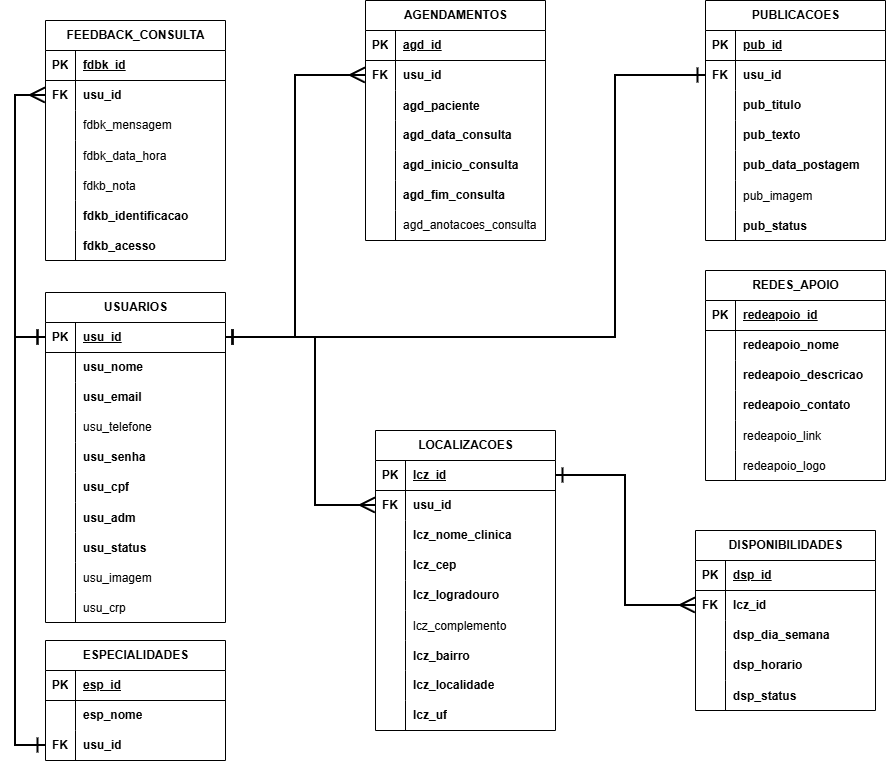
Above: src/database/createBanco/novobanco-atualizado.drawio.png in kawanneramos/api-tcc-refugiointerior (draw.io), before the change. Source tidied: cells renumbered, new cells last; positions are measured from the earlier drawing's top-left corner, leaving out a move shared by most shapes.
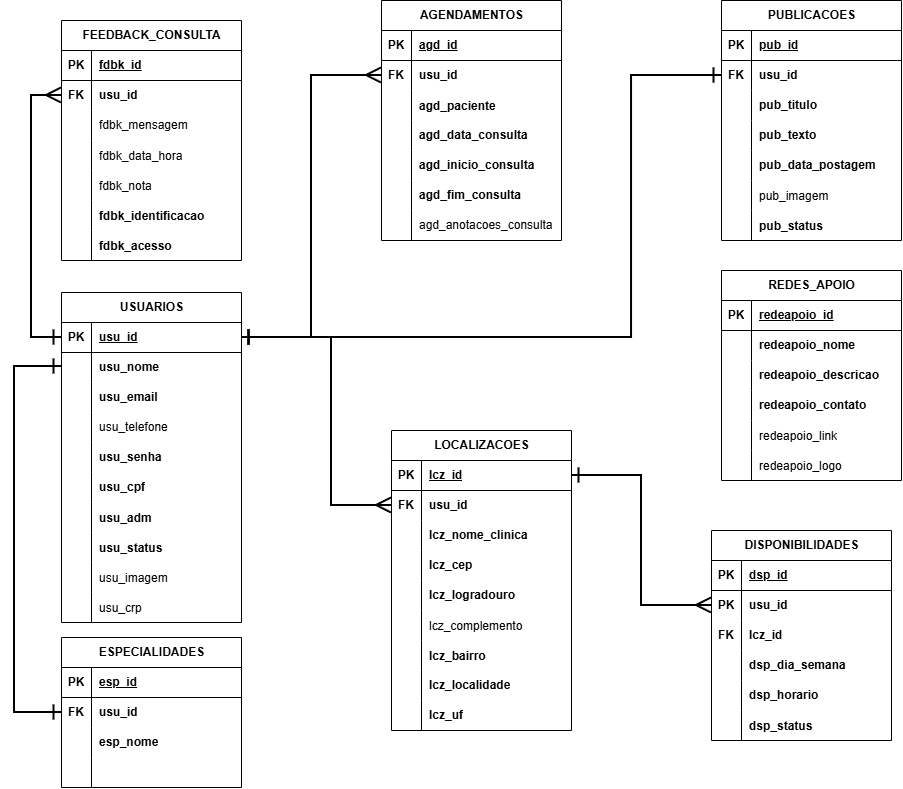
After the change.

Diff of the diagram source:
```diff
@@ -295,11 +295,12 @@
         </Array>
       </mxGeometry>
     </mxCell>
-    <mxCell id="98" style="endArrow=ERone;html=1;rounded=0;strokeWidth=2;endSize=12;startSize=12;startArrow=ERone;startFill=0;endFill=0;edgeStyle=orthogonalEdgeStyle;entryX=0;entryY=0.5;entryDx=0;entryDy=0;exitX=0;exitY=0.5;exitDx=0;exitDy=0;" parent="1" edge="1" source="175" target="3">
+    <mxCell id="98" style="endArrow=ERone;html=1;rounded=0;strokeWidth=2;endSize=12;startSize=12;startArrow=ERone;startFill=0;endFill=0;edgeStyle=orthogonalEdgeStyle;entryX=0;entryY=0.5;entryDx=0;entryDy=0;exitX=0;exitY=0.5;exitDx=0;exitDy=0;" parent="1" edge="1" source="172">
       <mxGeometry relative="1" as="geometry">
+        <mxPoint x="30" y="366" as="targetPoint" />
         <Array as="points">
-          <mxPoint y="745" />
-          <mxPoint y="337" />
+          <mxPoint x="-17" y="712" />
+          <mxPoint x="-17" y="366" />
         </Array>
       </mxGeometry>
     </mxCell>
@@ -440,7 +441,7 @@
     <mxCell id="142" style="shape=partialRectangle;fillColor=none;top=0;left=0;bottom=0;right=0;overflow=hidden;" parent="141" vertex="1">
       <mxGeometry width="30" height="30" as="geometry" />
     </mxCell>
-    <mxCell id="143" value="fdkb_nota" style="shape=partialRectangle;fillColor=none;top=0;left=0;bottom=0;right=0;align=left;spacingLeft=6;overflow=hidden;fontStyle=0;" parent="141" vertex="1">
+    <mxCell id="143" value="fdbk_nota" style="shape=partialRectangle;fillColor=none;top=0;left=0;bottom=0;right=0;align=left;spacingLeft=6;overflow=hidden;fontStyle=0;" parent="141" vertex="1">
       <mxGeometry x="30" width="150" height="30" as="geometry" />
     </mxCell>
     <mxCell id="144" style="shape=tableRow;horizontal=0;startSize=0;swimlaneHead=0;swimlaneBody=0;fillColor=none;top=0;left=0;right=0;bottom=0;" parent="128" vertex="1">
@@ -449,7 +450,7 @@
     <mxCell id="145" style="shape=partialRectangle;fillColor=none;top=0;left=0;bottom=0;right=0;overflow=hidden;" parent="144" vertex="1">
       <mxGeometry width="30" height="30" as="geometry" />
     </mxCell>
-    <mxCell id="146" value="fdkb_identificacao" style="shape=partialRectangle;fillColor=none;top=0;left=0;bottom=0;right=0;align=left;spacingLeft=6;overflow=hidden;fontStyle=1;" parent="144" vertex="1">
+    <mxCell id="146" value="fdbk_identificacao" style="shape=partialRectangle;fillColor=none;top=0;left=0;bottom=0;right=0;align=left;spacingLeft=6;overflow=hidden;fontStyle=1;" parent="144" vertex="1">
       <mxGeometry x="30" width="150" height="30" as="geometry" />
     </mxCell>
     <mxCell id="147" style="shape=tableRow;horizontal=0;startSize=0;swimlaneHead=0;swimlaneBody=0;fillColor=none;top=0;left=0;right=0;bottom=0;" parent="128" vertex="1">
@@ -458,7 +459,7 @@
     <mxCell id="148" style="shape=partialRectangle;fillColor=none;top=0;left=0;bottom=0;right=0;overflow=hidden;" parent="147" vertex="1">
       <mxGeometry width="30" height="30" as="geometry" />
     </mxCell>
-    <mxCell id="149" value="fdkb_acesso" style="shape=partialRectangle;fillColor=none;top=0;left=0;bottom=0;right=0;align=left;spacingLeft=6;overflow=hidden;fontStyle=1;" parent="147" vertex="1">
+    <mxCell id="149" value="fdbk_acesso" style="shape=partialRectangle;fillColor=none;top=0;left=0;bottom=0;right=0;align=left;spacingLeft=6;overflow=hidden;fontStyle=1;" parent="147" vertex="1">
       <mxGeometry x="30" width="150" height="30" as="geometry" />
     </mxCell>
     <mxCell id="150" style="endArrow=ERone;html=1;rounded=0;strokeWidth=2;endSize=12;startSize=12;startArrow=ERmany;startFill=0;endFill=0;edgeStyle=orthogonalEdgeStyle;entryX=0;entryY=0.5;entryDx=0;entryDy=0;exitX=0;exitY=0.5;exitDx=0;exitDy=0;" parent="1" edge="1" source="132" target="3">
@@ -470,7 +471,7 @@
       </mxGeometry>
     </mxCell>
     <mxCell id="151" value="DISPONIBILIDADES" style="shape=table;startSize=30;rowLines=0;fontStyle=1;align=center;html=1;" parent="1" vertex="1">
-      <mxGeometry x="680" y="530" width="180" height="180" as="geometry" />
+      <mxGeometry x="680" y="530" width="180" height="210" as="geometry" />
     </mxCell>
     <mxCell id="152" style="shape=tableRow;horizontal=0;startSize=0;swimlaneHead=0;swimlaneBody=0;fillColor=none;top=0;left=0;right=0;bottom=1;" parent="151" vertex="1">
       <mxGeometry y="30" width="180" height="30" as="geometry" />
@@ -484,14 +485,23 @@
     <mxCell id="155" style="shape=tableRow;horizontal=0;startSize=0;swimlaneHead=0;swimlaneBody=0;fillColor=none;points=[[0,0.5],[1,0.5]];portConstraint=eastwest;top=0;left=0;right=0;bottom=0;" parent="151" vertex="1">
       <mxGeometry y="60" width="180" height="30" as="geometry" />
     </mxCell>
-    <mxCell id="156" value="&lt;b&gt;FK&lt;/b&gt;" style="shape=partialRectangle;fillColor=none;top=0;left=0;bottom=0;right=0;overflow=hidden;whiteSpace=wrap;html=1;" parent="155" vertex="1">
+    <mxCell id="156" value="&lt;span style=&quot;font-weight: 700;&quot;&gt;PK&lt;/span&gt;" style="shape=partialRectangle;fillColor=none;top=0;left=0;bottom=0;right=0;overflow=hidden;whiteSpace=wrap;html=1;" parent="155" vertex="1">
       <mxGeometry width="30" height="30" as="geometry" />
     </mxCell>
-    <mxCell id="157" value="lcz_id" style="shape=partialRectangle;fillColor=none;top=0;left=0;bottom=0;right=0;align=left;spacingLeft=6;overflow=hidden;whiteSpace=wrap;html=1;fontStyle=1;" parent="155" vertex="1">
+    <mxCell id="157" value="usu_id" style="shape=partialRectangle;fillColor=none;top=0;left=0;bottom=0;right=0;align=left;spacingLeft=6;overflow=hidden;whiteSpace=wrap;html=1;fontStyle=1;" parent="155" vertex="1">
       <mxGeometry x="30" width="150" height="30" as="geometry" />
     </mxCell>
+    <mxCell id="178" style="shape=tableRow;horizontal=0;startSize=0;swimlaneHead=0;swimlaneBody=0;fillColor=none;top=0;left=0;right=0;bottom=0;" parent="151" vertex="1">
+      <mxGeometry y="90" width="180" height="30" as="geometry" />
+    </mxCell>
+    <mxCell id="179" value="&lt;b&gt;FK&lt;/b&gt;" style="shape=partialRectangle;fillColor=none;top=0;left=0;bottom=0;right=0;overflow=hidden;whiteSpace=wrap;html=1;" parent="178" vertex="1">
+      <mxGeometry width="30" height="30" as="geometry" />
+    </mxCell>
+    <mxCell id="180" value="lcz_id" style="shape=partialRectangle;fillColor=none;top=0;left=0;bottom=0;right=0;align=left;spacingLeft=6;overflow=hidden;whiteSpace=wrap;html=1;fontStyle=1;" parent="178" vertex="1">
+      <mxGeometry x="30" width="150" height="30" as="geometry" />
+    </mxCell>
     <mxCell id="158" style="shape=tableRow;horizontal=0;startSize=0;swimlaneHead=0;swimlaneBody=0;fillColor=none;top=0;left=0;right=0;bottom=0;" parent="151" vertex="1">
-      <mxGeometry y="90" width="180" height="30" as="geometry" />
+      <mxGeometry y="120" width="180" height="30" as="geometry" />
     </mxCell>
     <mxCell id="159" style="shape=partialRectangle;fillColor=none;top=0;left=0;bottom=0;right=0;overflow=hidden;whiteSpace=wrap;html=1;" parent="158" vertex="1">
       <mxGeometry width="30" height="30" as="geometry" />
@@ -500,7 +510,7 @@
       <mxGeometry x="30" width="150" height="30" as="geometry" />
     </mxCell>
     <mxCell id="161" style="shape=tableRow;horizontal=0;startSize=0;swimlaneHead=0;swimlaneBody=0;fillColor=none;top=0;left=0;right=0;bottom=0;" parent="151" vertex="1">
-      <mxGeometry y="120" width="180" height="30" as="geometry" />
+      <mxGeometry y="150" width="180" height="30" as="geometry" />
     </mxCell>
     <mxCell id="162" style="shape=partialRectangle;fillColor=none;top=0;left=0;bottom=0;right=0;overflow=hidden;whiteSpace=wrap;html=1;" parent="161" vertex="1">
       <mxGeometry width="30" height="30" as="geometry" />
@@ -509,7 +519,7 @@
       <mxGeometry x="30" width="150" height="30" as="geometry" />
     </mxCell>
     <mxCell id="164" style="shape=tableRow;horizontal=0;startSize=0;swimlaneHead=0;swimlaneBody=0;fillColor=none;top=0;left=0;right=0;bottom=0;" parent="151" vertex="1">
-      <mxGeometry y="150" width="180" height="30" as="geometry" />
+      <mxGeometry y="180" width="180" height="30" as="geometry" />
     </mxCell>
     <mxCell id="165" style="shape=partialRectangle;fillColor=none;top=0;left=0;bottom=0;right=0;overflow=hidden;" parent="164" vertex="1">
       <mxGeometry width="30" height="30" as="geometry" />
@@ -526,7 +536,7 @@
       </mxGeometry>
     </mxCell>
     <mxCell id="168" value="ESPECIALIDADES" style="shape=table;startSize=30;rowLines=0;fontStyle=1;align=center;html=1;" parent="1" vertex="1">
-      <mxGeometry x="30" y="640" width="180" height="120" as="geometry" />
+      <mxGeometry x="30" y="637" width="180" height="150" as="geometry" />
     </mxCell>
     <mxCell id="169" style="shape=tableRow;horizontal=0;startSize=0;swimlaneHead=0;swimlaneBody=0;fillColor=none;top=0;left=0;right=0;bottom=1;" parent="168" vertex="1">
       <mxGeometry y="30" width="180" height="30" as="geometry" />
@@ -540,20 +550,29 @@
     <mxCell id="172" style="shape=tableRow;horizontal=0;startSize=0;swimlaneHead=0;swimlaneBody=0;fillColor=none;points=[[0,0.5],[1,0.5]];portConstraint=eastwest;top=0;left=0;right=0;bottom=0;" parent="168" vertex="1">
       <mxGeometry y="60" width="180" height="30" as="geometry" />
     </mxCell>
-    <mxCell id="173" style="shape=partialRectangle;fillColor=none;top=0;left=0;bottom=0;right=0;overflow=hidden;whiteSpace=wrap;html=1;" parent="172" vertex="1">
+    <mxCell id="173" value="&lt;b&gt;FK&lt;/b&gt;" style="shape=partialRectangle;fillColor=none;top=0;left=0;bottom=0;right=0;overflow=hidden;whiteSpace=wrap;html=1;" parent="172" vertex="1">
       <mxGeometry width="30" height="30" as="geometry" />
     </mxCell>
-    <mxCell id="174" value="esp_nome" style="shape=partialRectangle;fillColor=none;top=0;left=0;bottom=0;right=0;align=left;spacingLeft=6;overflow=hidden;whiteSpace=wrap;html=1;fontStyle=1;" parent="172" vertex="1">
+    <mxCell id="174" value="usu_id" style="shape=partialRectangle;fillColor=none;top=0;left=0;bottom=0;right=0;align=left;spacingLeft=6;overflow=hidden;whiteSpace=wrap;html=1;fontStyle=1;" parent="172" vertex="1">
       <mxGeometry x="30" width="150" height="30" as="geometry" />
     </mxCell>
     <mxCell id="175" style="shape=tableRow;horizontal=0;startSize=0;swimlaneHead=0;swimlaneBody=0;fillColor=none;points=[[0,0.5],[1,0.5]];portConstraint=eastwest;top=0;left=0;right=0;bottom=0;" parent="168" vertex="1">
       <mxGeometry y="90" width="180" height="30" as="geometry" />
     </mxCell>
-    <mxCell id="176" value="&lt;b&gt;FK&lt;/b&gt;" style="shape=partialRectangle;fillColor=none;top=0;left=0;bottom=0;right=0;overflow=hidden;whiteSpace=wrap;html=1;" parent="175" vertex="1">
+    <mxCell id="176" style="shape=partialRectangle;fillColor=none;top=0;left=0;bottom=0;right=0;overflow=hidden;whiteSpace=wrap;html=1;" parent="175" vertex="1">
       <mxGeometry width="30" height="30" as="geometry" />
     </mxCell>
-    <mxCell id="177" value="usu_id" style="shape=partialRectangle;fillColor=none;top=0;left=0;bottom=0;right=0;align=left;spacingLeft=6;overflow=hidden;whiteSpace=wrap;html=1;fontStyle=1;" parent="175" vertex="1">
+    <mxCell id="177" value="esp_nome" style="shape=partialRectangle;fillColor=none;top=0;left=0;bottom=0;right=0;align=left;spacingLeft=6;overflow=hidden;whiteSpace=wrap;html=1;fontStyle=1;" parent="175" vertex="1">
       <mxGeometry x="30" width="150" height="30" as="geometry" />
     </mxCell>
+    <mxCell id="181" style="shape=tableRow;horizontal=0;startSize=0;swimlaneHead=0;swimlaneBody=0;fillColor=none;top=0;left=0;right=0;bottom=0;" parent="168" vertex="1">
+      <mxGeometry y="120" width="180" height="30" as="geometry" />
+    </mxCell>
+    <mxCell id="182" style="shape=partialRectangle;fillColor=none;top=0;left=0;bottom=0;right=0;overflow=hidden;whiteSpace=wrap;html=1;" parent="181" vertex="1">
+      <mxGeometry width="30" height="30" as="geometry" />
+    </mxCell>
+    <mxCell id="183" style="shape=partialRectangle;fillColor=none;top=0;left=0;bottom=0;right=0;align=left;spacingLeft=6;overflow=hidden;whiteSpace=wrap;html=1;fontStyle=1;" parent="181" vertex="1">
+      <mxGeometry x="30" width="150" height="30" as="geometry" />
+    </mxCell>
   </root>
 </mxGraphModel>
```
